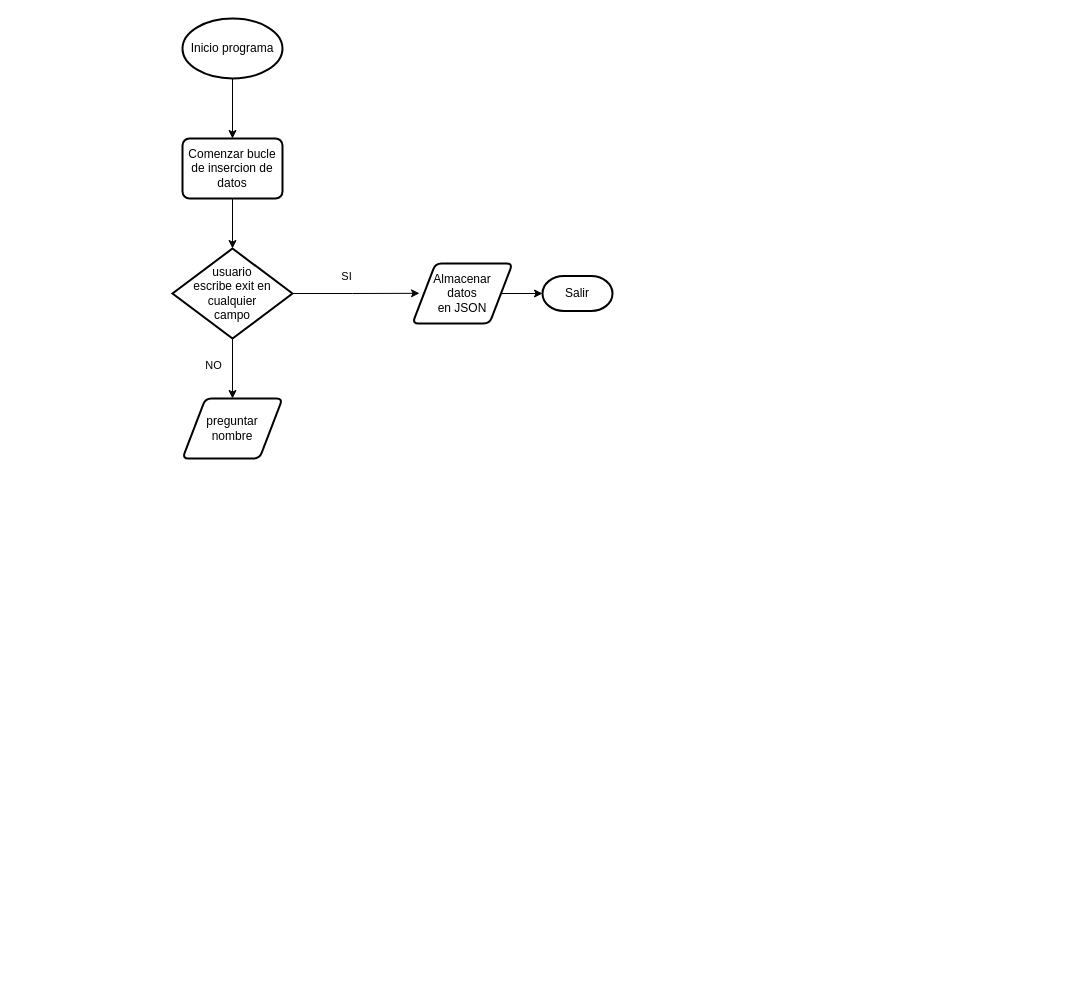
This is CLI_Form_DataEntry.drawio from vadikz07/FlowCharts, a draw.io file, before an edit. Source tidied: cells renumbered, new cells numbered last; positions are measured from the earlier drawing's top-left corner, leaving out a move shared by most shapes. Both pictures are drawn from the tidied source at 100%, with x=0, y=0 at pixel (172, 18).
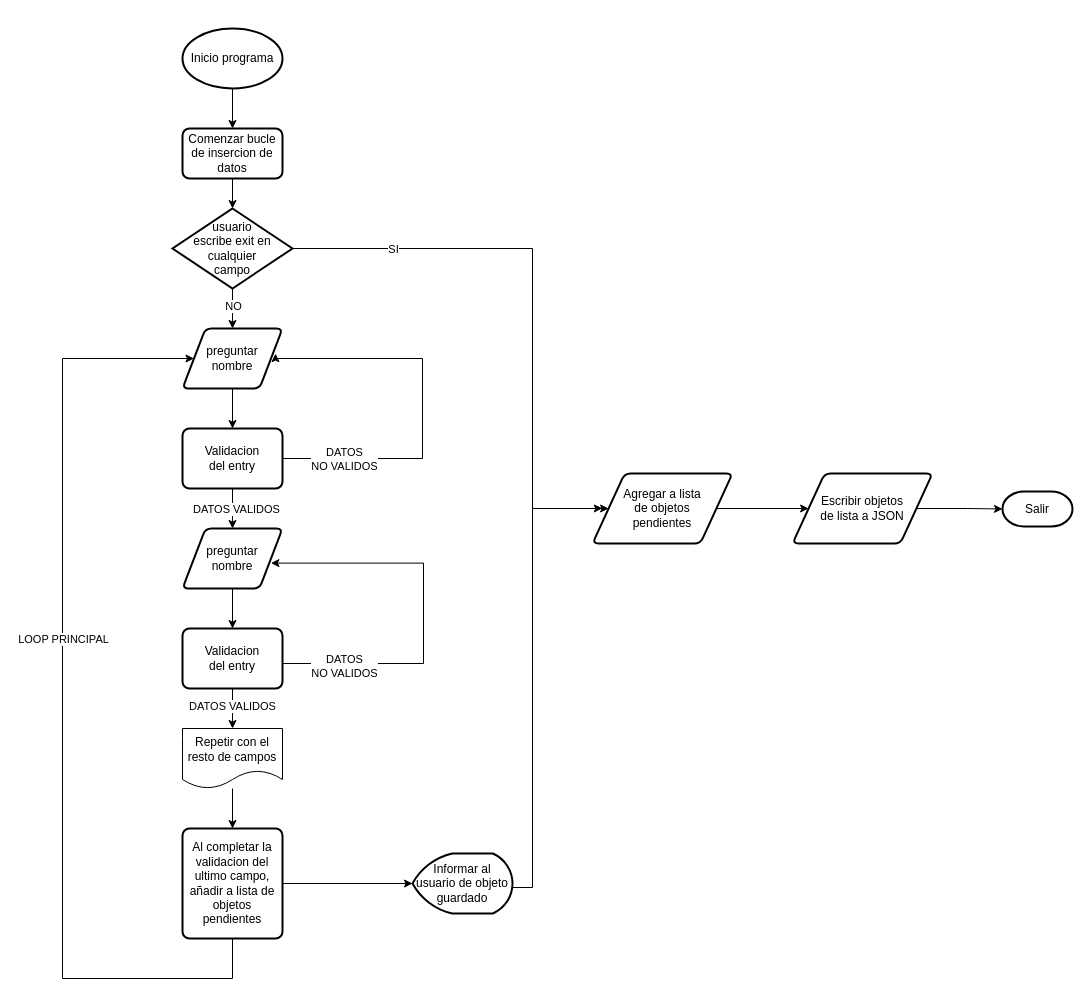
The same diagram, later.

The change refers to these unchanged cells:
```xml
<mxCell id="6" style="edgeStyle=orthogonalEdgeStyle;rounded=0;jettySize=auto;html=1;entryX=0.5;entryY=0;entryDx=0;entryDy=0;" parent="1" edge="1" source="8" target="5">
  <mxGeometry relative="1" as="geometry" />
</mxCell>
```

The edit, as a diff of the source:
```diff
@@
     <mxCell id="3" value="Inicio programa" style="strokeWidth=2;html=1;shape=mxgraph.flowchart.start_1;whiteSpace=wrap;" parent="1" vertex="1">
-      <mxGeometry x="10" width="100" height="60" as="geometry" />
+      <mxGeometry x="10" y="10" width="100" height="60" as="geometry" />
     </mxCell>
     <mxCell id="4" value="Comenzar bucle de insercion de datos" style="rounded=1;whiteSpace=wrap;html=1;absoluteArcSize=1;arcSize=14;strokeWidth=2;" parent="1" vertex="1">
-      <mxGeometry x="10" y="120" width="100" height="60" as="geometry" />
+      <mxGeometry x="10" y="110" width="100" height="50" as="geometry" />
     </mxCell>
+    <mxCell id="15" style="edgeStyle=orthogonalEdgeStyle;rounded=0;jettySize=auto;html=1;entryX=0.5;entryY=0;entryDx=0;entryDy=0;" parent="1" edge="1" source="5" target="21">
+      <mxGeometry relative="1" as="geometry" />
+    </mxCell>
     <mxCell id="5" value="preguntar&lt;br&gt;nombre" style="shape=parallelogram;html=1;strokeWidth=2;perimeter=parallelogramPerimeter;whiteSpace=wrap;rounded=1;arcSize=12;size=0.23;" parent="1" vertex="1">
-      <mxGeometry x="10" y="380" width="100" height="60" as="geometry" />
+      <mxGeometry x="10" y="310" width="100" height="60" as="geometry" />
     </mxCell>
@@
     <mxCell id="7" value="NO" style="edgeLabel;html=1;align=center;verticalAlign=middle;" parent="6" vertex="1">
       <mxGeometry x="-0.13" y="1" relative="1" as="geometry">
-        <mxPoint x="-21" as="offset" />
+        <mxPoint x="-1" as="offset" />
       </mxGeometry>
     </mxCell>
     <mxCell id="8" value="usuario escribe exit en cualquier campo" style="strokeWidth=2;shape=mxgraph.flowchart.decision;whiteSpace=wrap;html=1;spacingLeft=20;spacingRight=20;" parent="1" vertex="1">
-      <mxGeometry y="230" width="120" height="90" as="geometry" />
+      <mxGeometry y="190" width="120" height="80" as="geometry" />
     </mxCell>
-    <mxCell id="9" style="edgeStyle=orthogonalEdgeStyle;rounded=0;jettySize=auto;html=1;" parent="1" edge="1" source="10" target="11">
-      <mxGeometry relative="1" as="geometry" />
-    </mxCell>
+    <mxCell id="16" style="edgeStyle=orthogonalEdgeStyle;rounded=0;jettySize=auto;html=1;entryX=0;entryY=0.5;entryDx=0;entryDy=0;" parent="1" edge="1" source="10" target="38">
+      <mxGeometry relative="1" as="geometry" />
+    </mxCell>
-    <mxCell id="10" value="Almacenar&lt;br&gt;datos&lt;br&gt;en JSON" style="shape=parallelogram;html=1;strokeWidth=2;perimeter=parallelogramPerimeter;whiteSpace=wrap;rounded=1;arcSize=12;size=0.23;" parent="1" vertex="1">
-      <mxGeometry x="240" y="245" width="100" height="60" as="geometry" />
+    <mxCell id="10" value="Agregar a lista&lt;br&gt;de objetos pendientes" style="shape=parallelogram;html=1;strokeWidth=2;perimeter=parallelogramPerimeter;whiteSpace=wrap;rounded=1;arcSize=12;size=0.23;spacingLeft=20;spacingRight=20;" parent="1" vertex="1">
+      <mxGeometry x="420" y="455" width="140" height="70" as="geometry" />
     </mxCell>
     <mxCell id="11" value="Salir" style="strokeWidth=2;html=1;shape=mxgraph.flowchart.terminator;whiteSpace=wrap;" parent="1" vertex="1">
-      <mxGeometry x="370" y="257.5" width="70" height="35" as="geometry" />
+      <mxGeometry x="830" y="473" width="70" height="35" as="geometry" />
     </mxCell>
     <mxCell id="12" style="edgeStyle=orthogonalEdgeStyle;rounded=0;jettySize=auto;html=1;entryX=0.07;entryY=0.497;entryDx=0;entryDy=0;entryPerimeter=0;" parent="1" edge="1" source="8" target="10">
-      <mxGeometry relative="1" as="geometry" />
+      <mxGeometry relative="1" as="geometry">
+        <Array as="points">
+          <mxPoint x="360" y="230" />
+          <mxPoint x="360" y="490" />
+          <mxPoint x="420" y="490" />
+        </Array>
+      </mxGeometry>
     </mxCell>
     <mxCell id="13" value="SI" style="edgeLabel;html=1;align=center;verticalAlign=middle;" parent="12" vertex="1">
       <mxGeometry x="-0.1" y="-1" relative="1" as="geometry">
-        <mxPoint x="-4" y="-19" as="offset" />
+        <mxPoint x="-139" y="-16" as="offset" />
       </mxGeometry>
     </mxCell>
@@
+    <mxCell id="17" style="edgeStyle=orthogonalEdgeStyle;rounded=0;jettySize=auto;html=1;entryX=0.93;entryY=0.419;entryDx=0;entryDy=0;entryPerimeter=0;" parent="1" edge="1" source="21" target="5">
+      <mxGeometry relative="1" as="geometry">
+        <Array as="points">
+          <mxPoint x="250" y="440" />
+          <mxPoint x="250" y="340" />
+          <mxPoint x="103" y="340" />
+        </Array>
+      </mxGeometry>
+    </mxCell>
+    <mxCell id="18" value="DATOS&lt;br&gt;NO VALIDOS" style="edgeLabel;html=1;align=center;verticalAlign=middle;" parent="17" vertex="1">
+      <mxGeometry x="-0.64" relative="1" as="geometry">
+        <mxPoint x="-10" as="offset" />
+      </mxGeometry>
+    </mxCell>
+    <mxCell id="19" style="edgeStyle=orthogonalEdgeStyle;rounded=0;jettySize=auto;html=1;entryX=0.5;entryY=0;entryDx=0;entryDy=0;" parent="1" edge="1" source="21" target="23">
+      <mxGeometry relative="1" as="geometry" />
+    </mxCell>
+    <mxCell id="20" value="DATOS VALIDOS" style="edgeLabel;html=1;align=center;verticalAlign=middle;" parent="19" vertex="1">
+      <mxGeometry y="3" relative="1" as="geometry" />
+    </mxCell>
+    <mxCell id="21" value="Validacion&lt;br&gt;del entry" style="rounded=1;whiteSpace=wrap;html=1;absoluteArcSize=1;arcSize=14;strokeWidth=2;" parent="1" vertex="1">
+      <mxGeometry x="10" y="410" width="100" height="60" as="geometry" />
+    </mxCell>
+    <mxCell id="22" style="edgeStyle=orthogonalEdgeStyle;rounded=0;jettySize=auto;html=1;entryX=0.5;entryY=0;entryDx=0;entryDy=0;" parent="1" edge="1" source="23" target="28">
+      <mxGeometry relative="1" as="geometry" />
+    </mxCell>
+    <mxCell id="23" value="preguntar&lt;br&gt;nombre" style="shape=parallelogram;html=1;strokeWidth=2;perimeter=parallelogramPerimeter;whiteSpace=wrap;rounded=1;arcSize=12;size=0.23;" parent="1" vertex="1">
+      <mxGeometry x="10" y="510" width="100" height="60" as="geometry" />
+    </mxCell>
+    <mxCell id="24" style="edgeStyle=orthogonalEdgeStyle;rounded=0;jettySize=auto;html=1;entryX=0.884;entryY=0.577;entryDx=0;entryDy=0;entryPerimeter=0;" parent="1" edge="1" source="28" target="23">
+      <mxGeometry relative="1" as="geometry">
+        <Array as="points">
+          <mxPoint x="251" y="645" />
+          <mxPoint x="251" y="545" />
+        </Array>
+      </mxGeometry>
+    </mxCell>
+    <mxCell id="25" value="DATOS&lt;br&gt;NO VALIDOS" style="edgeLabel;html=1;align=center;verticalAlign=middle;" parent="24" vertex="1">
+      <mxGeometry x="-0.69" y="-2" relative="1" as="geometry" />
+    </mxCell>
+    <mxCell id="26" style="edgeStyle=orthogonalEdgeStyle;rounded=0;jettySize=auto;html=1;entryX=0.5;entryY=0;entryDx=0;entryDy=0;" parent="1" edge="1" source="28" target="30">
+      <mxGeometry relative="1" as="geometry" />
+    </mxCell>
+    <mxCell id="27" value="DATOS VALIDOS" style="edgeLabel;html=1;align=center;verticalAlign=middle;" parent="26" vertex="1">
+      <mxGeometry x="-0.13" y="-1" relative="1" as="geometry" />
+    </mxCell>
+    <mxCell id="28" value="Validacion&lt;br&gt;del entry" style="rounded=1;whiteSpace=wrap;html=1;absoluteArcSize=1;arcSize=14;strokeWidth=2;" parent="1" vertex="1">
+      <mxGeometry x="10" y="610" width="100" height="60" as="geometry" />
+    </mxCell>
+    <mxCell id="29" style="edgeStyle=orthogonalEdgeStyle;rounded=0;jettySize=auto;html=1;entryX=0.5;entryY=0;entryDx=0;entryDy=0;" parent="1" edge="1" source="30" target="33">
+      <mxGeometry relative="1" as="geometry" />
+    </mxCell>
+    <mxCell id="30" value="Repetir con el resto de campos" style="shape=document;whiteSpace=wrap;html=1;boundedLbl=1;" parent="1" vertex="1">
+      <mxGeometry x="10" y="710" width="100" height="60" as="geometry" />
+    </mxCell>
+    <mxCell id="31" style="edgeStyle=orthogonalEdgeStyle;rounded=0;jettySize=auto;html=1;entryX=0;entryY=0.5;entryDx=0;entryDy=0;" parent="1" edge="1" source="33" target="5">
+      <mxGeometry relative="1" as="geometry">
+        <Array as="points">
+          <mxPoint x="60" y="960" />
+          <mxPoint x="-110" y="960" />
+          <mxPoint x="-110" y="340" />
+        </Array>
+      </mxGeometry>
+    </mxCell>
+    <mxCell id="32" value="LOOP PRINCIPAL" style="edgeLabel;html=1;align=center;verticalAlign=middle;" parent="31" vertex="1">
+      <mxGeometry x="-0.07" y="3" relative="1" as="geometry">
+        <mxPoint x="3" y="-103" as="offset" />
+      </mxGeometry>
+    </mxCell>
+    <mxCell id="33" value="Al completar la validacion del ultimo campo, añadir a lista de objetos pendientes" style="rounded=1;whiteSpace=wrap;html=1;absoluteArcSize=1;arcSize=14;strokeWidth=2;" parent="1" vertex="1">
+      <mxGeometry x="10" y="810" width="100" height="110" as="geometry" />
+    </mxCell>
+    <mxCell id="34" style="edgeStyle=orthogonalEdgeStyle;rounded=0;jettySize=auto;html=1;" parent="1" edge="1" target="10">
+      <mxGeometry relative="1" as="geometry">
+        <mxPoint x="310" y="867.5" as="sourcePoint" />
+        <Array as="points">
+          <mxPoint x="310" y="869" />
+          <mxPoint x="360" y="869" />
+          <mxPoint x="360" y="490" />
+        </Array>
+      </mxGeometry>
+    </mxCell>
+    <mxCell id="35" value="Informar al usuario de objeto&lt;br&gt;guardado" style="strokeWidth=2;html=1;shape=mxgraph.flowchart.display;whiteSpace=wrap;" parent="1" vertex="1">
+      <mxGeometry x="240" y="835" width="100" height="60" as="geometry" />
+    </mxCell>
+    <mxCell id="36" style="edgeStyle=orthogonalEdgeStyle;rounded=0;jettySize=auto;html=1;entryX=0;entryY=0.5;entryDx=0;entryDy=0;entryPerimeter=0;" parent="1" edge="1" source="33" target="35">
+      <mxGeometry relative="1" as="geometry" />
+    </mxCell>
+    <mxCell id="37" style="edgeStyle=orthogonalEdgeStyle;rounded=0;jettySize=auto;html=1;" parent="1" edge="1" source="38" target="11">
+      <mxGeometry relative="1" as="geometry" />
+    </mxCell>
+    <mxCell id="38" value="Escribir objetos de lista a JSON" style="shape=parallelogram;html=1;strokeWidth=2;perimeter=parallelogramPerimeter;whiteSpace=wrap;rounded=1;arcSize=12;size=0.23;spacingLeft=20;spacingRight=20;" parent="1" vertex="1">
+      <mxGeometry x="620" y="455" width="140" height="70" as="geometry" />
+    </mxCell>
```
